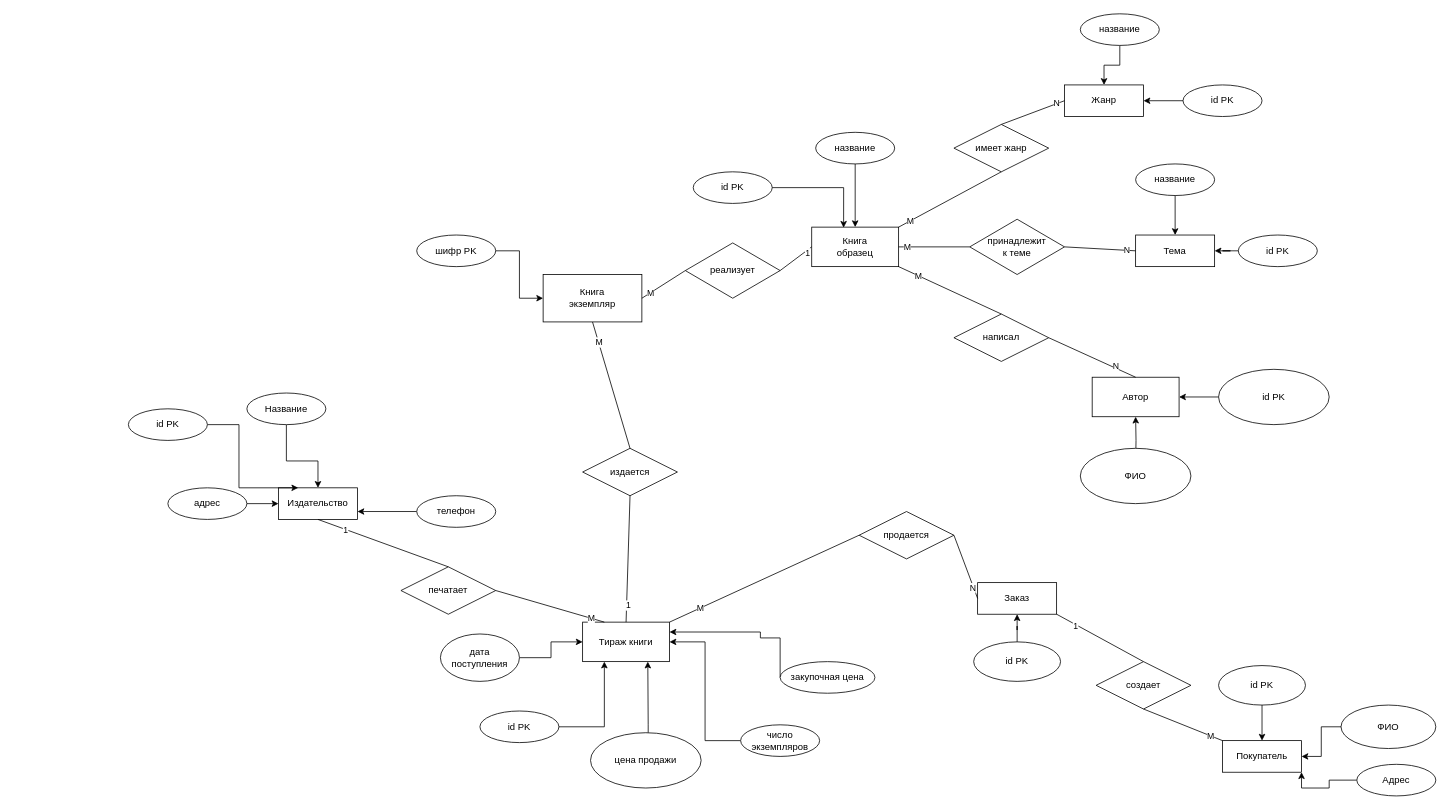
This is sources/er_diagram.drawio from 202rna/sql_labs2025, a draw.io file, before an edit. Source tidied: cells renumbered, new cells numbered last; positions are measured from the earlier drawing's top-left corner, leaving out a move shared by most shapes. Both pictures are drawn from the tidied source at 79%, with x=0, y=0 at pixel (128, 13).
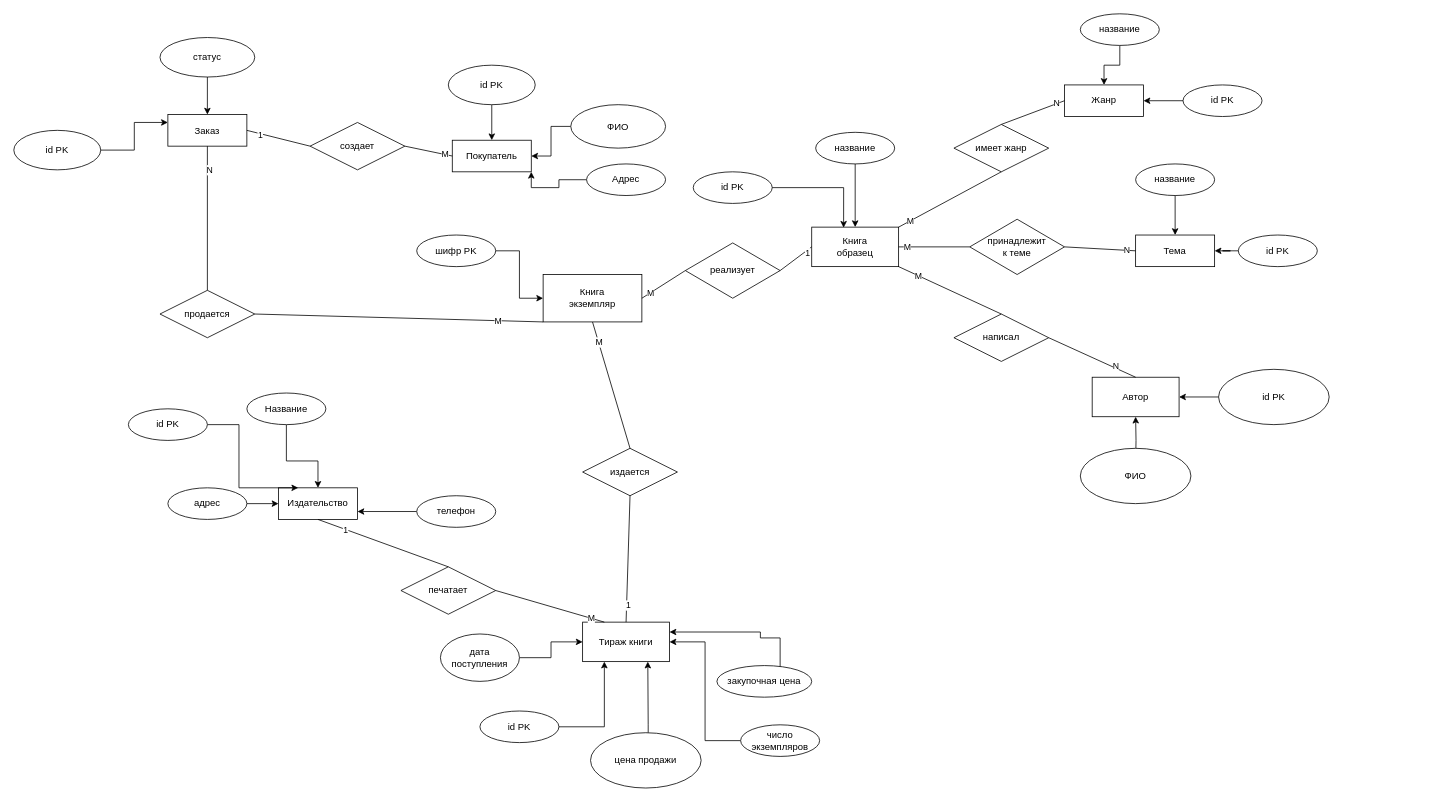
Above is the later version.

Unchanged cells that the change refers to:
```xml
<mxCell id="7" value="Тираж книги" style="html=1;whiteSpace=wrap;" parent="1" vertex="1">
  <mxGeometry x="575" y="770" width="110" height="50" as="geometry" />
</mxCell>
<mxCell id="87" value="Книга&lt;div&gt;экземпляр&lt;/div&gt;" style="html=1;whiteSpace=wrap;" parent="1" vertex="1">
  <mxGeometry x="525" y="330" width="125" height="60" as="geometry" />
</mxCell>
```

Change to the diagram source:
```diff
@@
     <mxCell id="11" value="закупочная цена" style="ellipse;whiteSpace=wrap;html=1;" parent="1" vertex="1">
-      <mxGeometry x="825" y="820" width="120" height="40" as="geometry" />
+      <mxGeometry x="745" y="825" width="120" height="40" as="geometry" />
     </mxCell>
@@
     <mxCell id="67" value="Заказ" style="whiteSpace=wrap;html=1;align=center;" parent="1" vertex="1">
-      <mxGeometry x="1075" y="720" width="100" height="40" as="geometry" />
+      <mxGeometry x="50" y="127.5" width="100" height="40" as="geometry" />
     </mxCell>
     <mxCell id="68" value="продается" style="shape=rhombus;perimeter=rhombusPerimeter;whiteSpace=wrap;html=1;align=center;" parent="1" vertex="1">
-      <mxGeometry x="925" y="630" width="120" height="60" as="geometry" />
+      <mxGeometry x="40" y="350" width="120" height="60" as="geometry" />
     </mxCell>
-    <mxCell id="69" style="endArrow=none;html=1;rounded=0;exitX=1;exitY=0;exitDx=0;exitDy=0;entryX=0;entryY=0.5;entryDx=0;entryDy=0;" parent="1" edge="1" source="7" target="68">
+    <mxCell id="69" style="endArrow=none;html=1;rounded=0;exitX=0;exitY=1;exitDx=0;exitDy=0;entryX=1;entryY=0.5;entryDx=0;entryDy=0;" parent="1" edge="1" source="87" target="68">
       <mxGeometry relative="1" as="geometry" />
     </mxCell>
@@
-    <mxCell id="71" style="endArrow=none;html=1;rounded=0;exitX=1;exitY=0.5;exitDx=0;exitDy=0;entryX=0;entryY=0.5;entryDx=0;entryDy=0;" parent="1" edge="1" source="68" target="67">
+    <mxCell id="71" style="endArrow=none;html=1;rounded=0;exitX=0.5;exitY=0;exitDx=0;exitDy=0;entryX=0.5;entryY=1;entryDx=0;entryDy=0;" parent="1" edge="1" source="68" target="67">
       <mxGeometry relative="1" as="geometry" />
     </mxCell>
@@
     <mxCell id="73" value="Покупатель" style="whiteSpace=wrap;html=1;align=center;" parent="1" vertex="1">
-      <mxGeometry x="1385" y="920" width="100" height="40" as="geometry" />
+      <mxGeometry x="410" y="160" width="100" height="40" as="geometry" />
     </mxCell>
     <mxCell id="74" value="создает" style="shape=rhombus;perimeter=rhombusPerimeter;whiteSpace=wrap;html=1;align=center;" parent="1" vertex="1">
-      <mxGeometry x="1225" y="820" width="120" height="60" as="geometry" />
+      <mxGeometry x="230" y="137.5" width="120" height="60" as="geometry" />
     </mxCell>
-    <mxCell id="75" style="endArrow=none;html=1;rounded=0;exitX=0;exitY=0;exitDx=0;exitDy=0;entryX=0.5;entryY=1;entryDx=0;entryDy=0;" parent="1" edge="1" source="73" target="74">
+    <mxCell id="75" style="endArrow=none;html=1;rounded=0;exitX=0;exitY=0.5;exitDx=0;exitDy=0;entryX=1;entryY=0.5;entryDx=0;entryDy=0;" parent="1" edge="1" source="73" target="74">
       <mxGeometry relative="1" as="geometry" />
     </mxCell>
@@
-    <mxCell id="77" style="endArrow=none;html=1;rounded=0;exitX=0.5;exitY=0;exitDx=0;exitDy=0;entryX=1;entryY=1;entryDx=0;entryDy=0;" parent="1" edge="1" source="74" target="67">
+    <mxCell id="77" style="endArrow=none;html=1;rounded=0;exitX=0;exitY=0.5;exitDx=0;exitDy=0;entryX=1;entryY=0.5;entryDx=0;entryDy=0;" parent="1" edge="1" source="74" target="67">
       <mxGeometry relative="1" as="geometry" />
     </mxCell>
@@
-    <mxCell id="79" style="edgeStyle=orthogonalEdgeStyle;rounded=0;jettySize=auto;html=1;entryX=0.5;entryY=1;entryDx=0;entryDy=0;" parent="1" edge="1" source="80" target="67">
+    <mxCell id="79" style="edgeStyle=orthogonalEdgeStyle;rounded=0;jettySize=auto;html=1;entryX=0;entryY=0.25;entryDx=0;entryDy=0;" parent="1" edge="1" source="80" target="67">
       <mxGeometry relative="1" as="geometry" />
     </mxCell>
     <mxCell id="80" value="id PK" style="ellipse;whiteSpace=wrap;html=1;" parent="1" vertex="1">
-      <mxGeometry x="1070" y="795" width="110" height="50" as="geometry" />
+      <mxGeometry x="-145" y="147.5" width="110" height="50" as="geometry" />
     </mxCell>
@@
     <mxCell id="82" value="ФИО" style="ellipse;whiteSpace=wrap;html=1;" parent="1" vertex="1">
-      <mxGeometry x="1535" y="875" width="120" height="55" as="geometry" />
+      <mxGeometry x="560" y="115" width="120" height="55" as="geometry" />
     </mxCell>
@@
     <mxCell id="84" value="id PK" style="ellipse;whiteSpace=wrap;html=1;" parent="1" vertex="1">
-      <mxGeometry x="1380" y="825" width="110" height="50" as="geometry" />
+      <mxGeometry x="405" y="65" width="110" height="50" as="geometry" />
     </mxCell>
@@
     <mxCell id="86" value="Адрес" style="ellipse;whiteSpace=wrap;html=1;align=center;" parent="1" vertex="1">
-      <mxGeometry x="1555" y="950" width="100" height="40" as="geometry" />
+      <mxGeometry x="580" y="190" width="100" height="40" as="geometry" />
     </mxCell>
@@
+    <mxCell id="95" style="edgeStyle=orthogonalEdgeStyle;rounded=0;jettySize=auto;html=1;entryX=0.5;entryY=0;entryDx=0;entryDy=0;" parent="1" edge="1" source="96" target="67">
+      <mxGeometry relative="1" as="geometry" />
+    </mxCell>
+    <mxCell id="96" value="статус" style="ellipse;whiteSpace=wrap;html=1;" parent="1" vertex="1">
+      <mxGeometry x="40" y="30" width="120" height="50" as="geometry" />
+    </mxCell>
```
